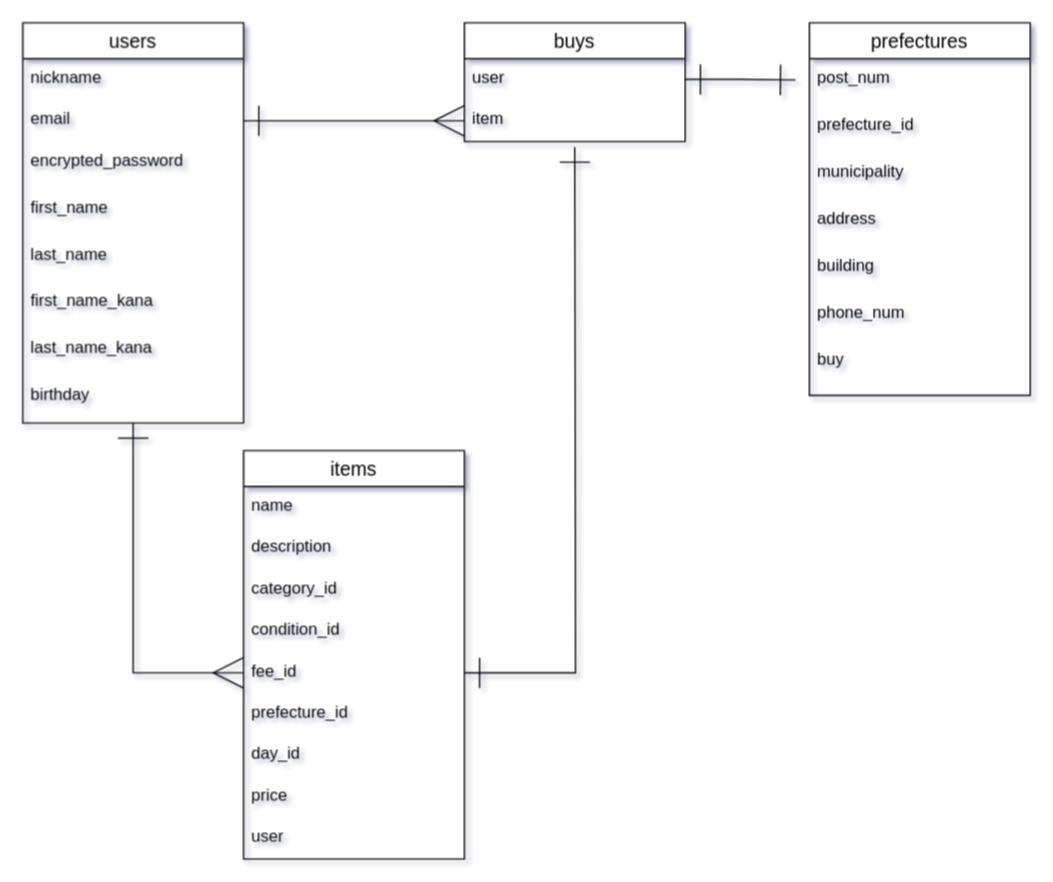
Before: test.dio in yuka7110/furima-32839, a draw.io diagram. Source tidied: cells renumbered, new cells numbered last; positions are measured from the earlier drawing's top-left corner, leaving out a move shared by most shapes. Both pictures are drawn from the tidied source at 138%, with x=0, y=0 at pixel (22, 22).
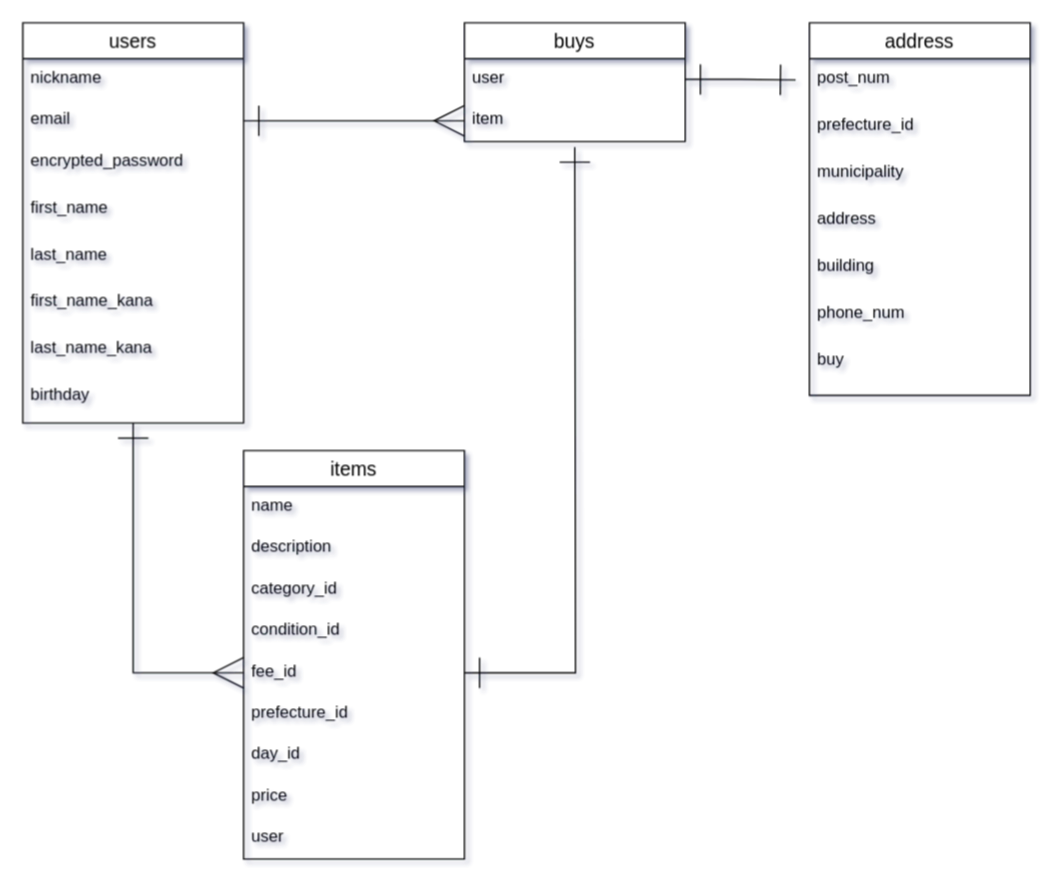
The same diagram, later.

Commit message (it also covers changes not shown here):
購入機能addressテーブルに訂正

What changed in the source:
```diff
@@
-    <mxCell id="22" value="prefectures" style="swimlane;fontStyle=0;horizontal=1;startSize=26;align=center;fontSize=14;" parent="1" vertex="1">
+    <mxCell id="22" value="address" style="swimlane;fontStyle=0;horizontal=1;startSize=26;align=center;fontSize=14;" parent="1" vertex="1">
       <mxGeometry x="570" width="160" height="270" as="geometry" />
     </mxCell>
```
